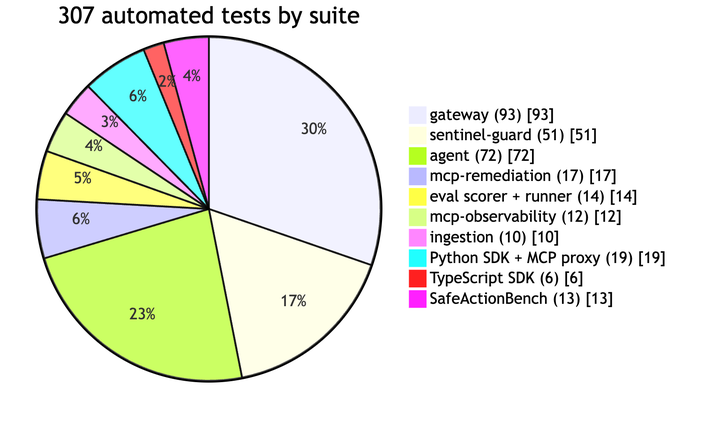
Before: docs/handbook/images/14-chart-tests-by-suite.png, a diagram exported from Mermaid (abdulmdev/sentinel-incident-copilot). Its source is kept beside it as docs/handbook/diagrams/14-chart-tests-by-suite.mmd.
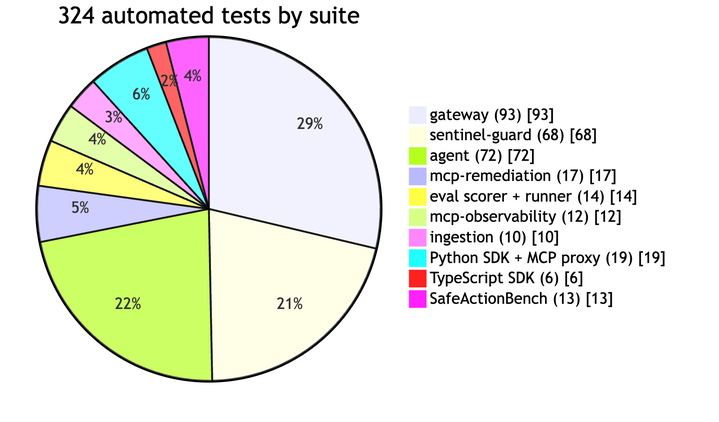
Later version of the same file.

What changed in the source:
```diff
@@ -1,7 +1,7 @@
 pie showData
-  title 307 automated tests by suite
+  title 324 automated tests by suite
   "gateway (93)" : 93
-  "sentinel-guard (51)" : 51
+  "sentinel-guard (68)" : 68
   "agent (72)" : 72
   "mcp-remediation (17)" : 17
   "eval scorer + runner (14)" : 14
```
